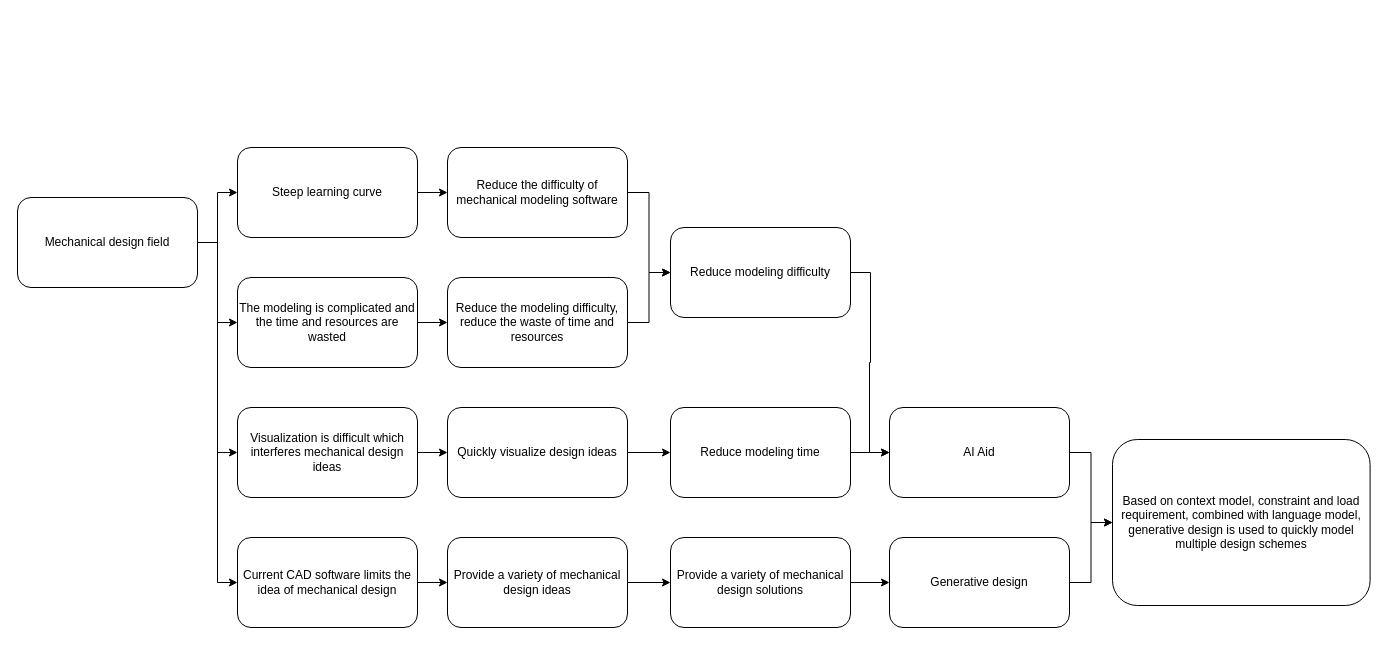
Earlier version of the draw.io diagram 工程设计需求图.drawio (x1528045870/x1528045870). Source tidied: cells renumbered, new cells numbered last; positions are measured from the earlier drawing's top-left corner, leaving out a move shared by most shapes. Both pictures are drawn from the tidied source at 100%, with x=0, y=0 at pixel (17, 147).
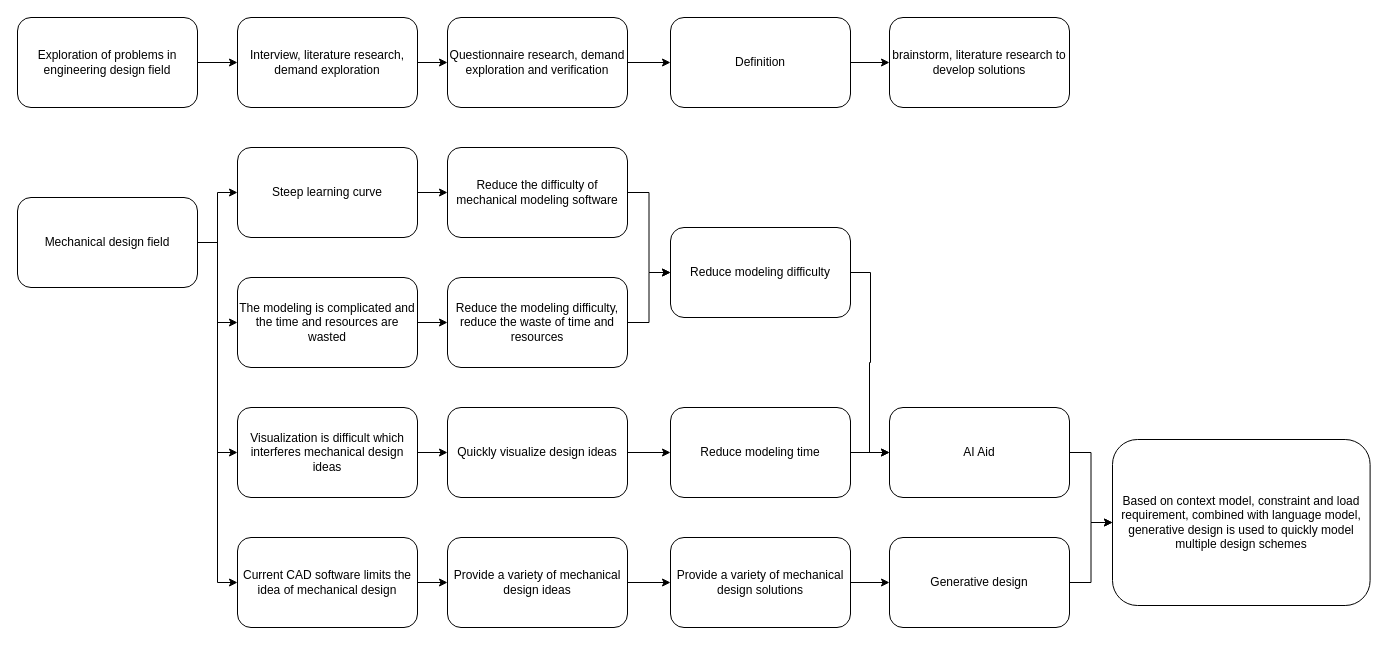
Above is the later version.

Commit message (it also covers changes not shown here):
更新工程设计需求图.drawio

The edit, as a diff of the source:
```diff
@@
+    <mxCell id="34" style="edgeStyle=orthogonalEdgeStyle;rounded=0;jettySize=auto;html=1;" parent="1" edge="1" source="35" target="37">
+      <mxGeometry relative="1" as="geometry" />
+    </mxCell>
+    <mxCell id="35" value="Exploration of problems in engineering design field" style="rounded=1;whiteSpace=wrap;html=1;" parent="1" vertex="1">
+      <mxGeometry y="-130" width="180" height="90" as="geometry" />
+    </mxCell>
+    <mxCell id="36" style="edgeStyle=orthogonalEdgeStyle;rounded=0;jettySize=auto;html=1;" parent="1" edge="1" source="37" target="39">
+      <mxGeometry relative="1" as="geometry" />
+    </mxCell>
+    <mxCell id="37" value="Interview, literature research, demand exploration" style="rounded=1;whiteSpace=wrap;html=1;" parent="1" vertex="1">
+      <mxGeometry x="220" y="-130" width="180" height="90" as="geometry" />
+    </mxCell>
+    <mxCell id="38" style="edgeStyle=orthogonalEdgeStyle;rounded=0;jettySize=auto;html=1;" parent="1" edge="1" source="39" target="41">
+      <mxGeometry relative="1" as="geometry" />
+    </mxCell>
+    <mxCell id="39" value="Questionnaire research, demand exploration and verification" style="rounded=1;whiteSpace=wrap;html=1;" parent="1" vertex="1">
+      <mxGeometry x="430" y="-130" width="180" height="90" as="geometry" />
+    </mxCell>
+    <mxCell id="40" style="edgeStyle=orthogonalEdgeStyle;rounded=0;jettySize=auto;html=1;" parent="1" edge="1" source="41" target="42">
+      <mxGeometry relative="1" as="geometry" />
+    </mxCell>
+    <mxCell id="41" value="Definition" style="rounded=1;whiteSpace=wrap;html=1;" parent="1" vertex="1">
+      <mxGeometry x="653" y="-130" width="180" height="90" as="geometry" />
+    </mxCell>
+    <mxCell id="42" value="brainstorm, literature research to develop solutions" style="rounded=1;whiteSpace=wrap;html=1;" parent="1" vertex="1">
+      <mxGeometry x="872" y="-130" width="180" height="90" as="geometry" />
+    </mxCell>
```
